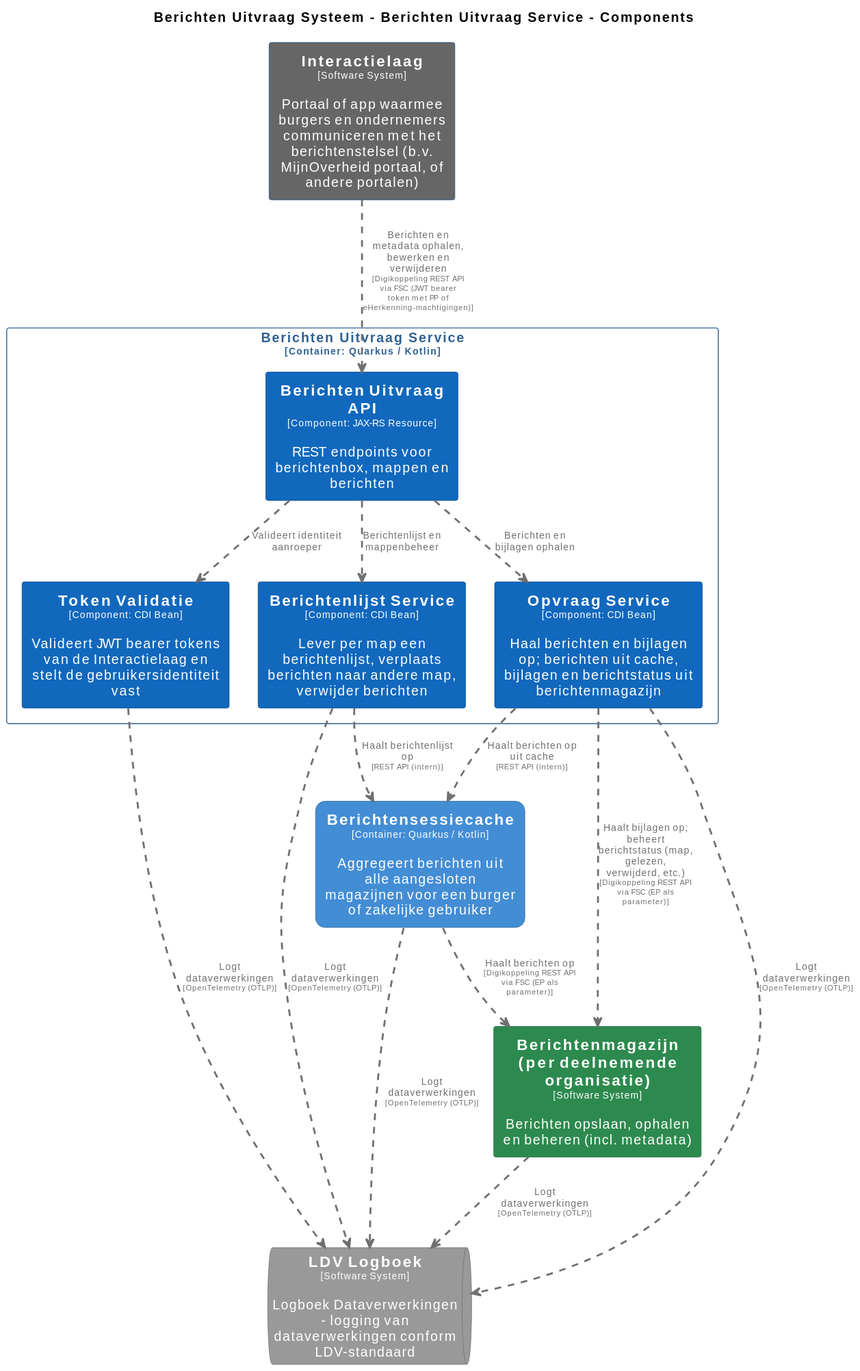
Earlier version of the PlantUML export pr-preview/pr-22/master/svg/BerichtenUitvraagServiceComponenten.svg (MinBZK/moza-poc-fbs-berichtenbox). Its source is kept beside it as pr-preview/pr-22/master/puml/BerichtenUitvraagServiceComponenten.puml.
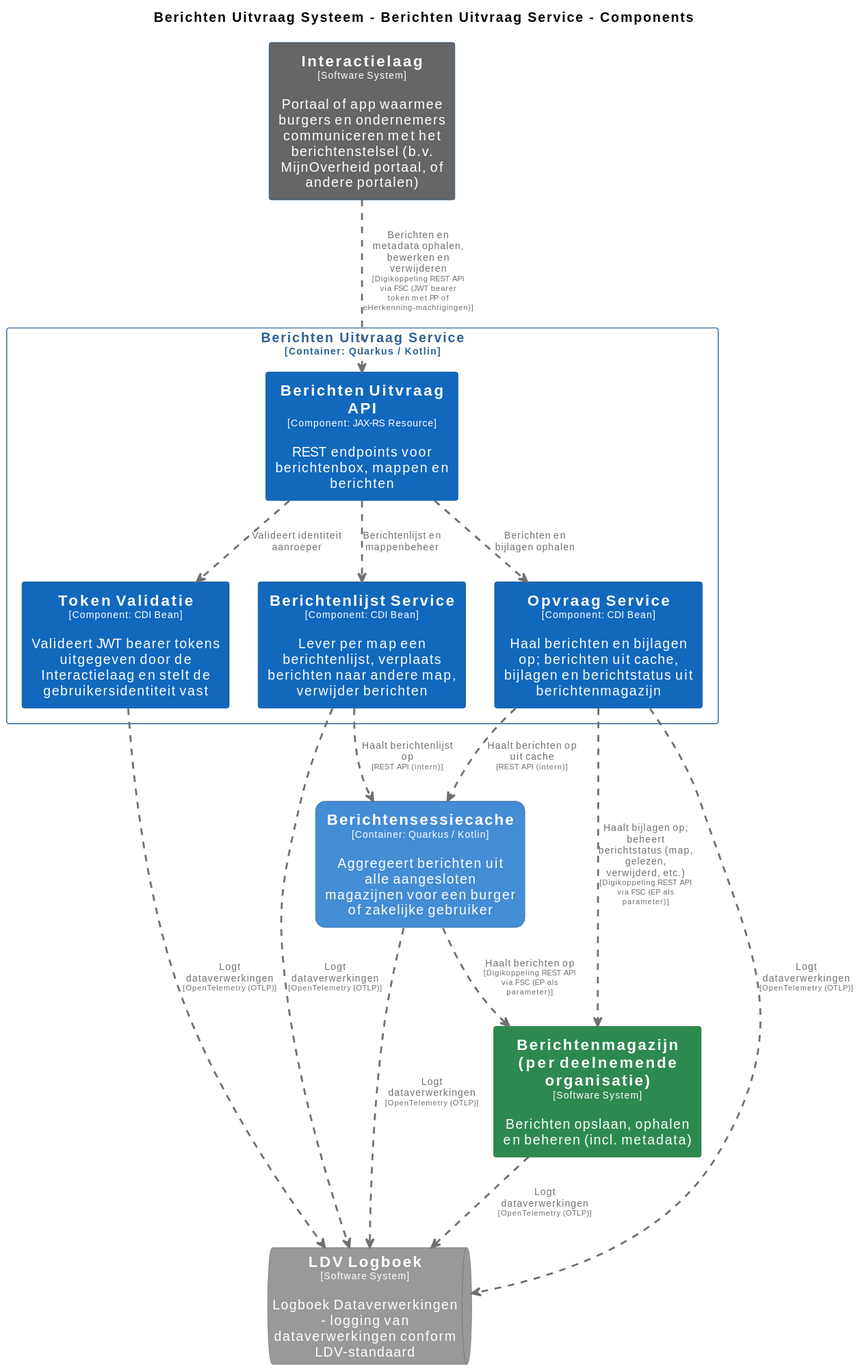
The same diagram one commit later.

Diff of the diagram source:
```diff
@@ -77,7 +77,7 @@
 
 rectangle "Berichten Uitvraag Service\n<size:10>[Container: Quarkus / Kotlin]</size>" <<BerichtenUitvraagSysteem.BerichtenUitvraagService>> {
   rectangle "==Berichten Uitvraag API\n<size:10>[Component: JAX-RS Resource]</size>\n\nREST endpoints voor berichtenbox, mappen en berichten" <<BerichtenUitvraagSysteem.BerichtenUitvraagService.BerichtenUitvraagAPI>> as BerichtenUitvraagSysteem.BerichtenUitvraagService.BerichtenUitvraagAPI
-  rectangle "==Token Validatie\n<size:10>[Component: CDI Bean]</size>\n\nValideert JWT bearer tokens van de Interactielaag en stelt de gebruikersidentiteit vast" <<BerichtenUitvraagSysteem.BerichtenUitvraagService.TokenValidatie>> as BerichtenUitvraagSysteem.BerichtenUitvraagService.TokenValidatie
+  rectangle "==Token Validatie\n<size:10>[Component: CDI Bean]</size>\n\nValideert JWT bearer tokens uitgegeven door de Interactielaag en stelt de gebruikersidentiteit vast" <<BerichtenUitvraagSysteem.BerichtenUitvraagService.TokenValidatie>> as BerichtenUitvraagSysteem.BerichtenUitvraagService.TokenValidatie
   rectangle "==Berichtenlijst Service\n<size:10>[Component: CDI Bean]</size>\n\nLever per map een berichtenlijst, verplaats berichten naar andere map, verwijder berichten" <<BerichtenUitvraagSysteem.BerichtenUitvraagService.BerichtenlijstService>> as BerichtenUitvraagSysteem.BerichtenUitvraagService.BerichtenlijstService
   rectangle "==Opvraag Service\n<size:10>[Component: CDI Bean]</size>\n\nHaal berichten en bijlagen op; berichten uit cache, bijlagen en berichtstatus uit berichtenmagazijn" <<BerichtenUitvraagSysteem.BerichtenUitvraagService.OpvraagService>> as BerichtenUitvraagSysteem.BerichtenUitvraagService.OpvraagService
 }
```
